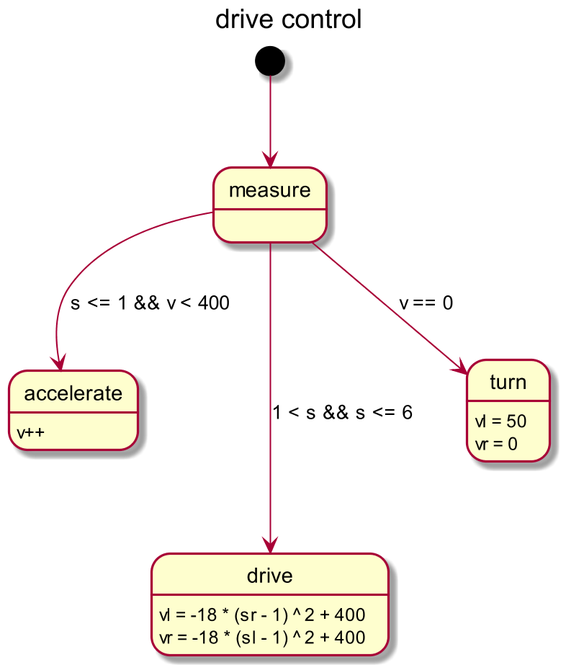
Before: Zumo/Zumo_drive_control.png, a diagram exported from PlantUML (orje/Zumo_QM_QPnano).
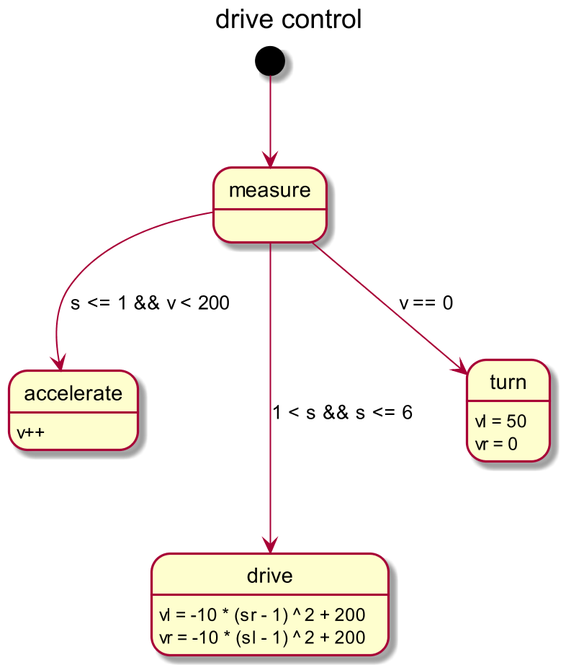
After the change.

Commit message:
optimize drive control

Diff of the diagram source:
```diff
@@ -5,11 +5,11 @@
 title drive control
 
 [*] -down-> measure
-measure -down-> accelerate : s <= 1 && v < 400
+measure -down-> accelerate : s <= 1 && v < 200
 accelerate : v++
 measure --down-> drive : 1 < s && s <= 6
-drive : vl = -18 * (sr - 1) ^ 2 + 400
-drive : vr = -18 * (sl - 1) ^ 2 + 400
+drive : vl = -10 * (sr - 1) ^ 2 + 200
+drive : vr = -10 * (sl - 1) ^ 2 + 200
 measure -down-> turn : v == 0
 turn : vl = 50
 turn : vr = 0
```
